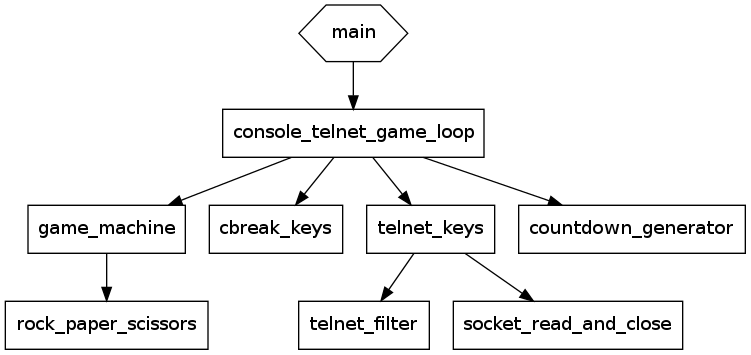
Above: everything.png in wardi/iterables-iterators-generators (Graphviz), before the change. Its source is kept beside it as everything.dot.
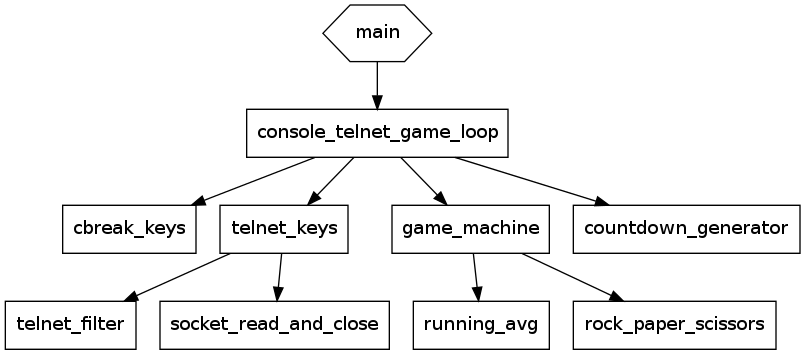
The same diagram one commit later.

Commit message:
add running_avg to everything diagram

Diff of the diagram source:
```diff
@@ -3,9 +3,11 @@
 	node [shape=box];
 	main [shape=hexagon];
 
-	main -> console_telnet_game_loop -> game_machine -> rock_paper_scissors;
+	main -> console_telnet_game_loop;
 	console_telnet_game_loop -> cbreak_keys;
 	console_telnet_game_loop -> telnet_keys -> telnet_filter;
 	telnet_keys -> socket_read_and_close;
+	console_telnet_game_loop -> game_machine -> running_avg;
+	game_machine -> rock_paper_scissors;
 	console_telnet_game_loop -> countdown_generator;
 }
```
